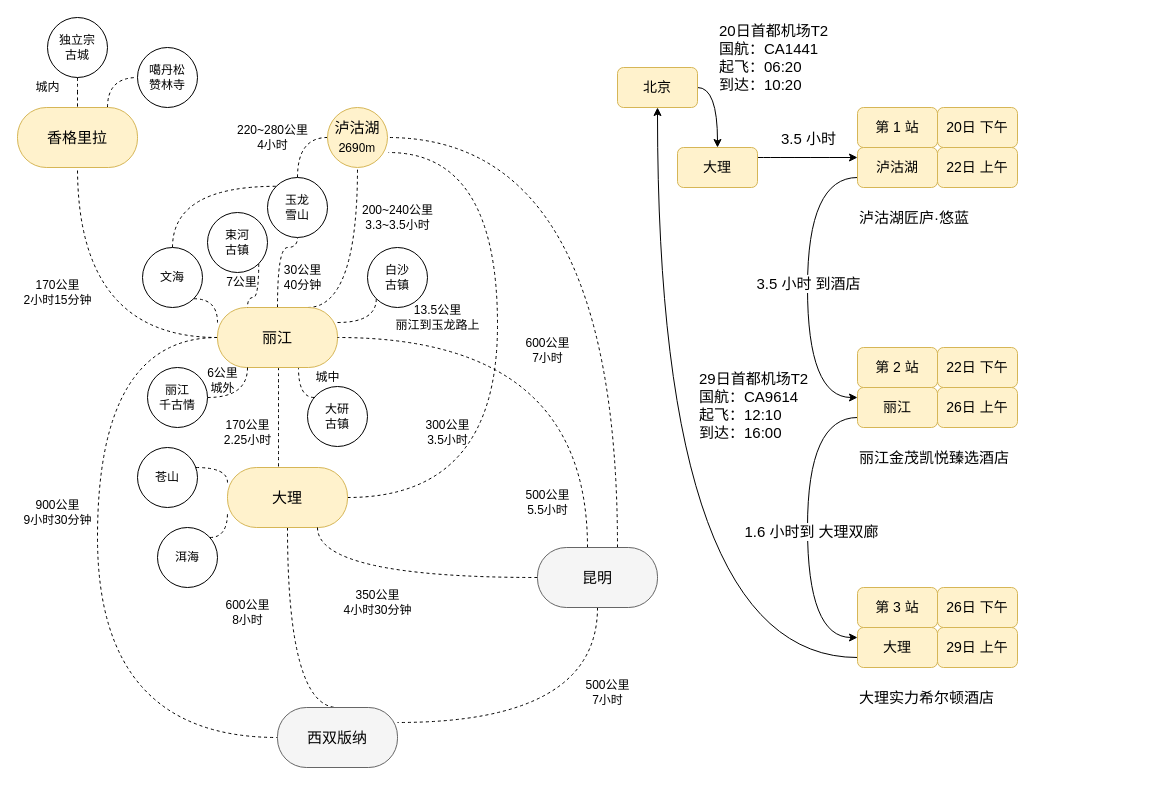
Before: dali-lijiang.drawio in rabbitcount/drawio, a draw.io diagram. Source tidied: cells renumbered, new cells numbered last; positions are measured from the earlier drawing's top-left corner, leaving out a move shared by most shapes. Both pictures are drawn from the tidied source at 100%, with x=0, y=0 at pixel (17, 17).
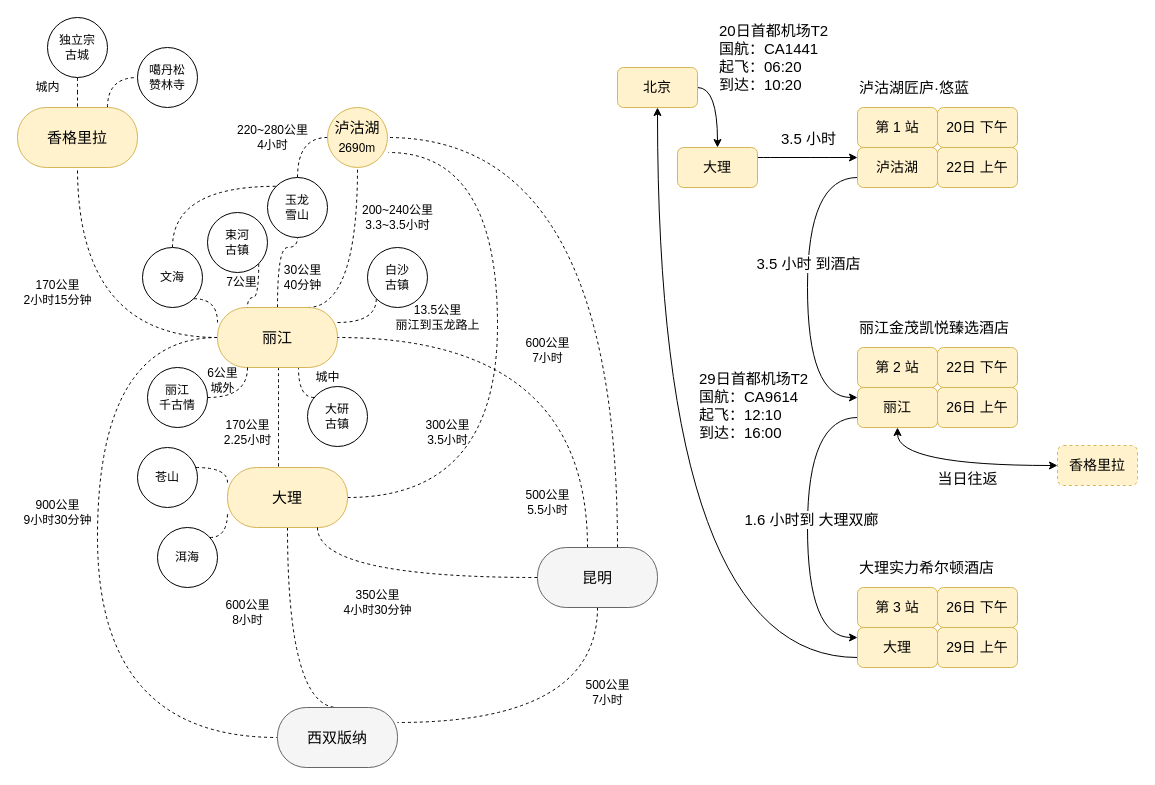
The same diagram, later.

The change refers to these unchanged cells:
```xml
<mxCell id="60" style="edgeStyle=orthogonalEdgeStyle;curved=1;rounded=0;jettySize=auto;html=1;exitX=0;exitY=0.75;exitDx=0;exitDy=0;entryX=0;entryY=0.25;entryDx=0;entryDy=0;fontSize=14;" parent="1" edge="1" source="62" target="68">
  <mxGeometry relative="1" as="geometry">
    <Array as="points">
      <mxPoint x="790" y="160" />
      <mxPoint x="790" y="380" />
    </Array>
  </mxGeometry>
</mxCell>
<mxCell id="66" style="edgeStyle=orthogonalEdgeStyle;curved=1;rounded=0;jettySize=auto;html=1;exitX=0;exitY=0.75;exitDx=0;exitDy=0;entryX=0;entryY=0.25;entryDx=0;entryDy=0;fontSize=14;" parent="1" edge="1" source="68" target="73">
  <mxGeometry relative="1" as="geometry">
    <Array as="points">
      <mxPoint x="790" y="400" />
      <mxPoint x="790" y="620" />
    </Array>
  </mxGeometry>
</mxCell>
<mxCell id="68" value="丽江" style="rounded=1;whiteSpace=wrap;html=1;fillColor=#fff2cc;fontSize=14;strokeColor=#d6b656;" parent="1" vertex="1">
  <mxGeometry x="840" y="370" width="80" height="40" as="geometry" />
</mxCell>
```

What changed in the source:
```diff
@@
     <mxCell id="61" value="3.5 小时 到酒店" style="edgeLabel;html=1;align=center;verticalAlign=middle;fontSize=15;fontColor=#000000;" parent="60" vertex="1">
-      <mxGeometry x="-0.03" relative="1" as="geometry" />
+      <mxGeometry x="-0.03" relative="1" as="geometry">
+        <mxPoint y="-20" as="offset" />
+      </mxGeometry>
     </mxCell>
@@
     <mxCell id="67" value="1.6 小时到 大理双廊" style="edgeLabel;html=1;align=center;verticalAlign=middle;fontSize=15;fontColor=#000000;" parent="66" vertex="1">
-      <mxGeometry x="0.02" y="3" relative="1" as="geometry" />
+      <mxGeometry x="0.02" y="3" relative="1" as="geometry">
+        <mxPoint y="-12" as="offset" />
+      </mxGeometry>
     </mxCell>
+    <mxCell id="84" style="edgeStyle=orthogonalEdgeStyle;rounded=0;jettySize=auto;html=1;entryX=0;entryY=0.5;entryDx=0;entryDy=0;curved=1;exitX=0.5;exitY=1;exitDx=0;exitDy=0;startArrow=classic;startFill=1;" parent="1" edge="1" source="68" target="86">
+      <mxGeometry relative="1" as="geometry" />
+    </mxCell>
+    <mxCell id="85" value="当日往返" style="edgeLabel;html=1;align=center;verticalAlign=middle;fontSize=15;" parent="84" vertex="1">
+      <mxGeometry x="0.08" y="7" relative="1" as="geometry">
+        <mxPoint y="19" as="offset" />
+      </mxGeometry>
+    </mxCell>
@@
     <mxCell id="79" value="泸沽湖匠庐·悠蓝" style="text;html=1;align=left;verticalAlign=middle;fontSize=15;" parent="1" vertex="1">
-      <mxGeometry x="840" y="190" width="120" height="20" as="geometry" />
+      <mxGeometry x="840" y="60" width="120" height="20" as="geometry" />
     </mxCell>
     <mxCell id="80" value="丽江金茂凯悦臻选酒店" style="text;html=1;align=left;verticalAlign=middle;fontSize=15;" parent="1" vertex="1">
-      <mxGeometry x="840" y="430" width="170" height="20" as="geometry" />
+      <mxGeometry x="840" y="300" width="170" height="20" as="geometry" />
     </mxCell>
     <mxCell id="81" value="大理实力希尔顿酒店" style="text;html=1;align=left;verticalAlign=middle;fontSize=15;" parent="1" vertex="1">
-      <mxGeometry x="840" y="670" width="150" height="20" as="geometry" />
+      <mxGeometry x="840" y="540" width="150" height="20" as="geometry" />
     </mxCell>
@@
+    <mxCell id="86" value="香格里拉" style="rounded=1;whiteSpace=wrap;html=1;fillColor=#fff2cc;fontSize=14;strokeColor=#d6b656;dashed=1;" parent="1" vertex="1">
+      <mxGeometry x="1040" y="428" width="80" height="40" as="geometry" />
+    </mxCell>
```
